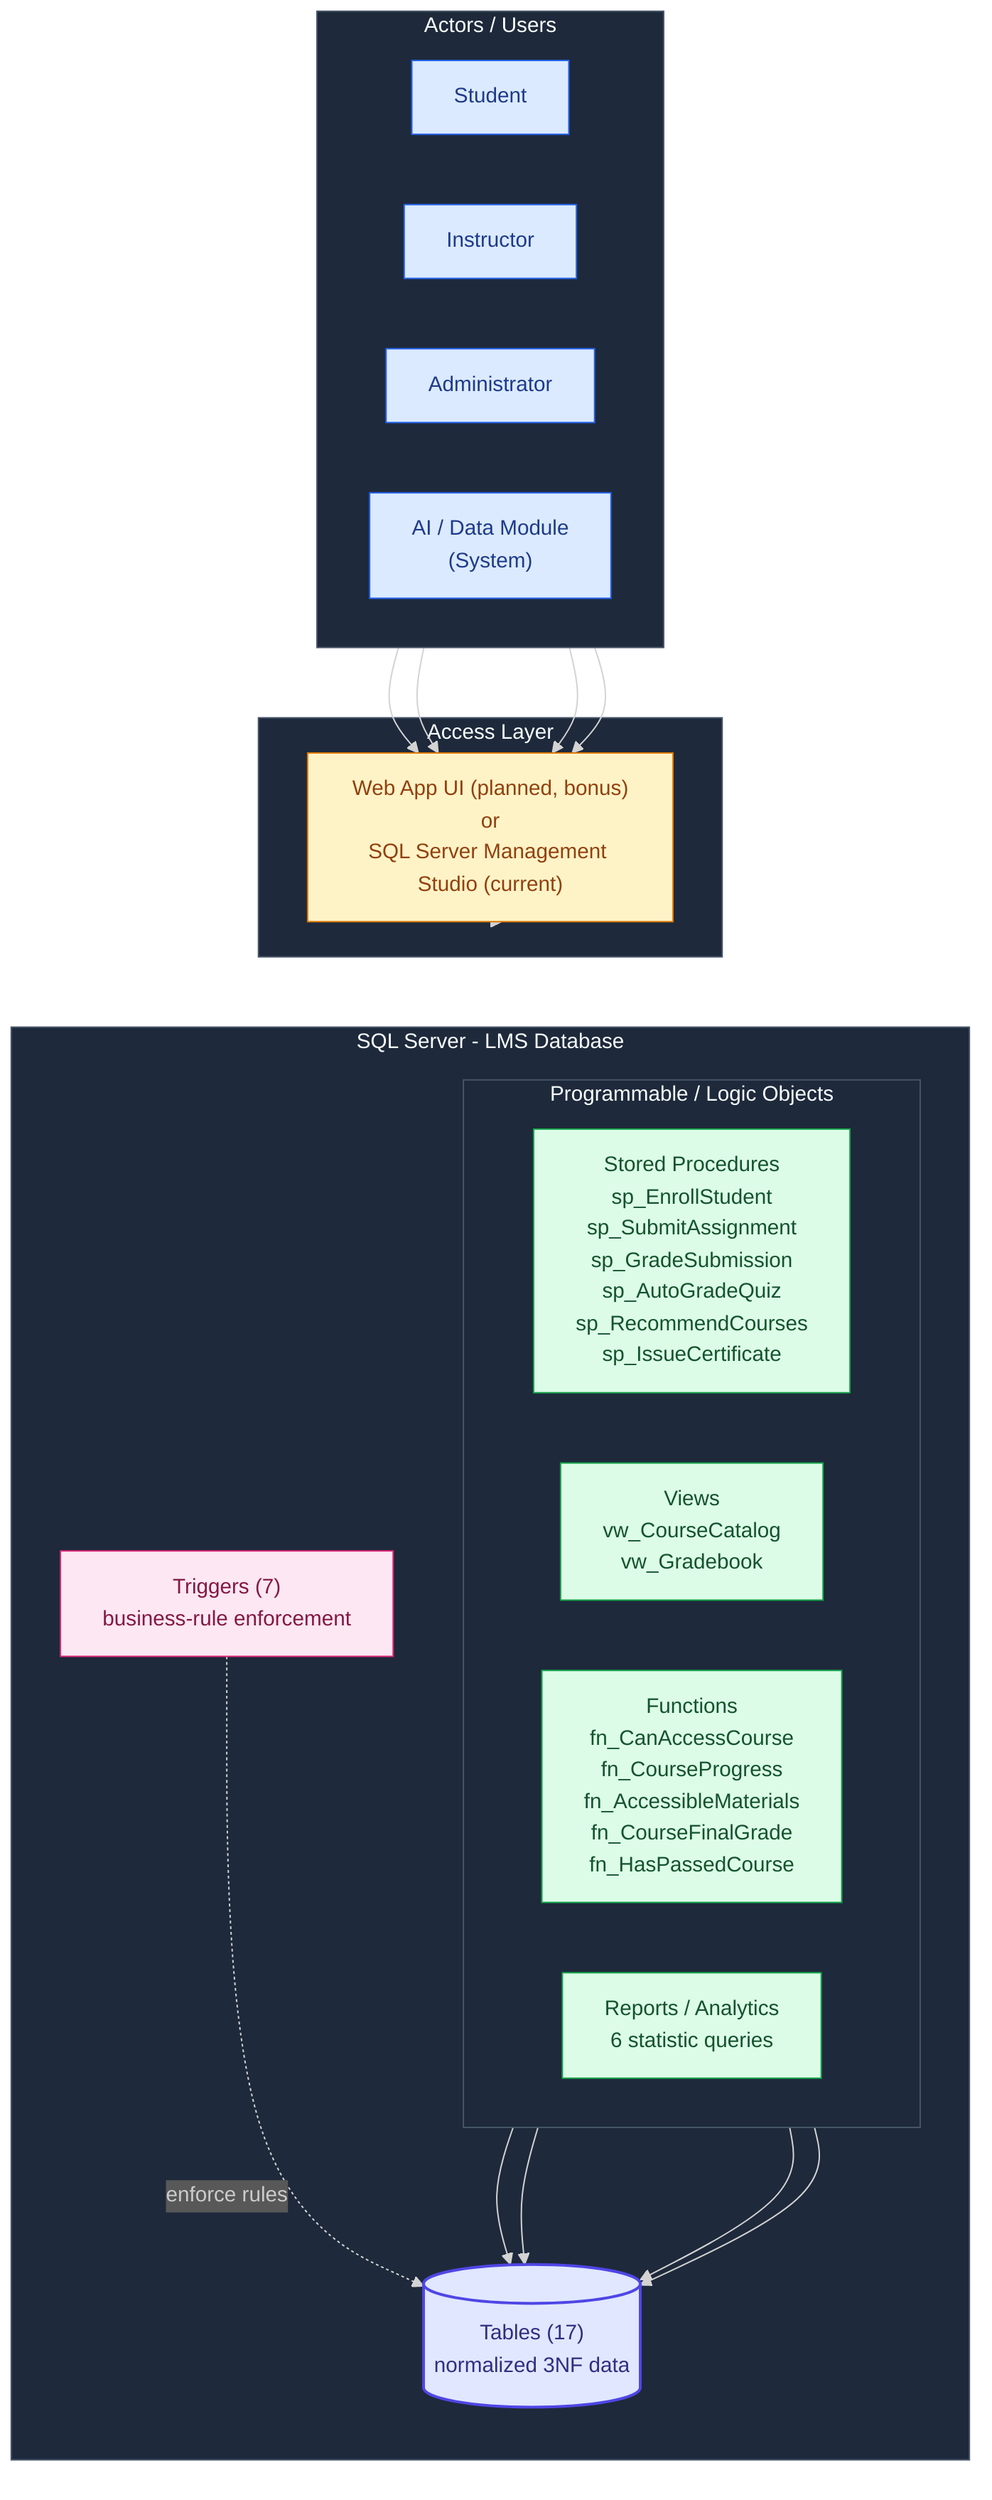
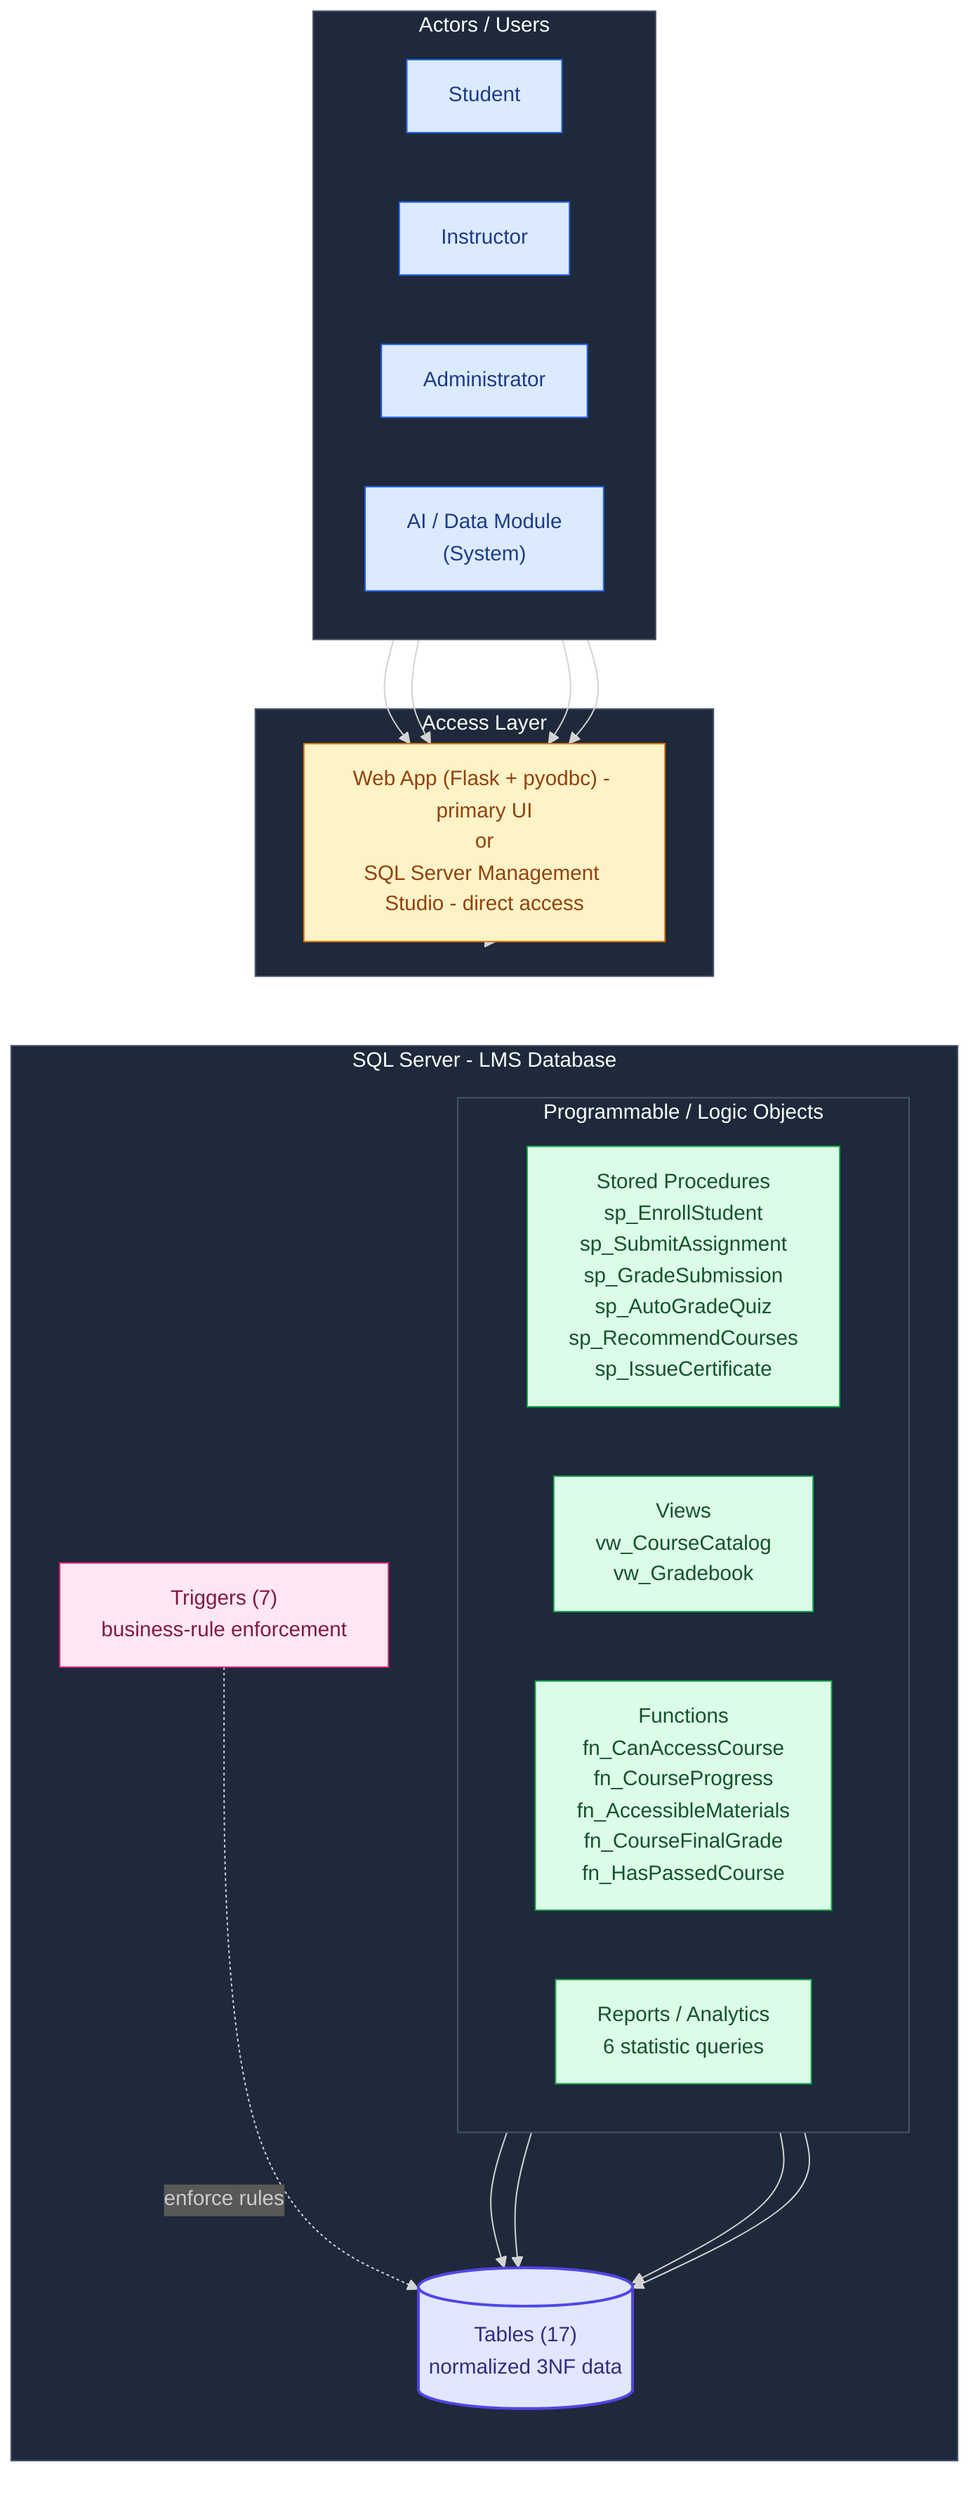
%%{init: {'theme':'dark', 'themeVariables': {'fontSize':'15px','clusterBkg':'#1e293b','clusterBorder':'#475569'}}}%%
flowchart TB
    subgraph ACTORS["&nbsp;Actors / Users&nbsp;"]
        direction LR
        S["Student"]
        I["Instructor"]
        A["Administrator"]
        SYS["AI / Data Module<br/>(System)"]
    end

    subgraph ACCESS["&nbsp;Access Layer&nbsp;"]
-         UI["Web App UI (planned, bonus)<br/>or<br/>SQL Server Management Studio (current)"]
+         UI["Web App (Flask + pyodbc) - primary UI<br/>or<br/>SQL Server Management Studio - direct access"]
    end

    subgraph DBMS["&nbsp;SQL Server - LMS Database&nbsp;"]
        direction TB
        subgraph LOGIC["&nbsp;Programmable / Logic Objects&nbsp;"]
            direction LR
            SP["Stored Procedures<br/>sp_EnrollStudent<br/>sp_SubmitAssignment<br/>sp_GradeSubmission<br/>sp_AutoGradeQuiz<br/>sp_RecommendCourses<br/>sp_IssueCertificate"]
            VW["Views<br/>vw_CourseCatalog<br/>vw_Gradebook"]
            FN["Functions<br/>fn_CanAccessCourse<br/>fn_CourseProgress<br/>fn_AccessibleMaterials<br/>fn_CourseFinalGrade<br/>fn_HasPassedCourse"]
            RPT["Reports / Analytics<br/>6 statistic queries"]
        end
        TR["Triggers (7)<br/>business-rule enforcement"]
        TBL[("Tables (17)<br/>normalized 3NF data")]
    end

    S --> UI
    I --> UI
    A --> UI
    SYS --> UI

    UI --> LOGIC
    SP --> TBL
    VW --> TBL
    FN --> TBL
    RPT --> TBL
    TR -. enforce rules .-> TBL

    classDef actor   fill:#DbeafE,stroke:#2563eb,stroke-width:1px,color:#1e3a8a;
    classDef access  fill:#FEF3C7,stroke:#d97706,stroke-width:1px,color:#92400e;
    classDef logic   fill:#DCFCE7,stroke:#16a34a,stroke-width:1px,color:#14532d;
    classDef trig    fill:#FCE7F3,stroke:#db2777,stroke-width:1px,color:#831843;
    classDef store   fill:#E0E7FF,stroke:#4f46e5,stroke-width:2px,color:#312e81;

    class S,I,A,SYS actor;
    class UI access;
    class SP,VW,FN,RPT logic;
    class TR trig;
    class TBL store;
